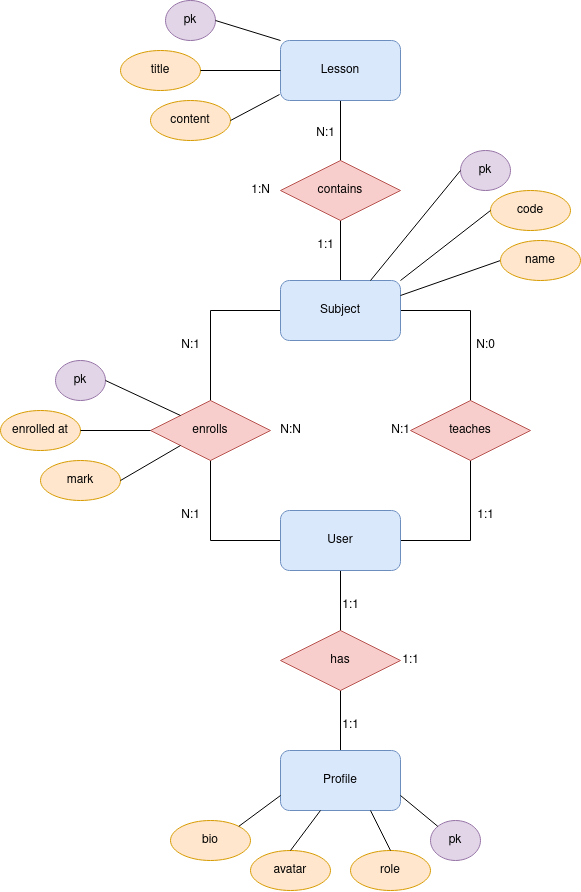
Chugani05-JesusLugo2002/LuminoDocs keeps this draw.io diagram as ER-model.drawio.png. Above is the earlier version. Source tidied: cells renumbered, new cells last; positions are measured from the earlier drawing's top-left corner, leaving out a move shared by most shapes.
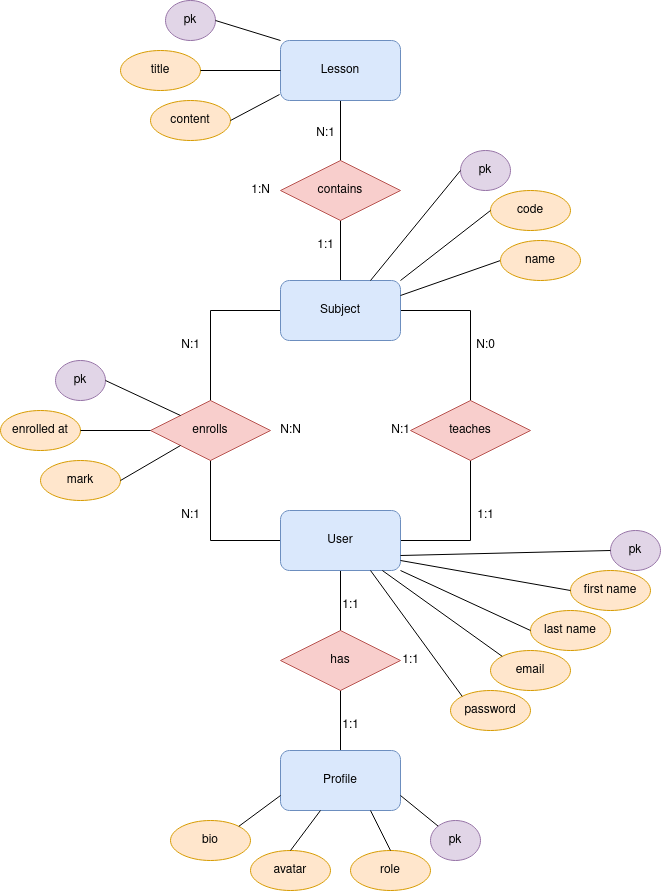
Above is the later version.

The edit, as a diff of the source:
```diff
@@ -162,5 +162,37 @@
     <mxCell id="51" value="1:N" style="text;html=1;align=center;verticalAlign=middle;strokeColor=none;fillColor=none;" parent="1" vertex="1">
       <mxGeometry x="240" y="175" width="40" height="30" as="geometry" />
     </mxCell>
+    <mxCell id="52" value="pk" style="ellipse;whiteSpace=wrap;html=1;fillColor=#e1d5e7;strokeColor=#9673a6;" parent="1" vertex="1">
+      <mxGeometry x="610" y="530" width="50" height="40" as="geometry" />
+    </mxCell>
+    <mxCell id="53" value="first name" style="ellipse;whiteSpace=wrap;html=1;fillColor=#ffe6cc;strokeColor=#d79b00;" parent="1" vertex="1">
+      <mxGeometry x="570" y="570" width="80" height="40" as="geometry" />
+    </mxCell>
+    <mxCell id="54" value="last name" style="ellipse;whiteSpace=wrap;html=1;fillColor=#ffe6cc;strokeColor=#d79b00;" parent="1" vertex="1">
+      <mxGeometry x="530" y="610" width="80" height="40" as="geometry" />
+    </mxCell>
+    <mxCell id="55" value="email" style="ellipse;whiteSpace=wrap;html=1;fillColor=#ffe6cc;strokeColor=#d79b00;" parent="1" vertex="1">
+      <mxGeometry x="490" y="650" width="80" height="40" as="geometry" />
+    </mxCell>
+    <mxCell id="56" style="endArrow=none;html=1;rounded=0;entryX=0;entryY=0;entryDx=0;entryDy=0;" parent="1" edge="1" source="8" target="55">
+      <mxGeometry relative="1" as="geometry" />
+    </mxCell>
+    <mxCell id="57" style="endArrow=none;html=1;rounded=0;exitX=1;exitY=1;exitDx=0;exitDy=0;entryX=0;entryY=0.5;entryDx=0;entryDy=0;" parent="1" edge="1" source="8" target="54">
+      <mxGeometry relative="1" as="geometry" />
+    </mxCell>
+    <mxCell id="58" style="endArrow=none;html=1;rounded=0;entryX=0;entryY=0.5;entryDx=0;entryDy=0;" parent="1" edge="1" target="53">
+      <mxGeometry relative="1" as="geometry">
+        <mxPoint x="400" y="560" as="sourcePoint" />
+      </mxGeometry>
+    </mxCell>
+    <mxCell id="59" style="endArrow=none;html=1;rounded=0;exitX=1;exitY=0.75;exitDx=0;exitDy=0;entryX=0;entryY=0.5;entryDx=0;entryDy=0;" parent="1" edge="1" source="8" target="52">
+      <mxGeometry relative="1" as="geometry" />
+    </mxCell>
+    <mxCell id="60" value="password" style="ellipse;whiteSpace=wrap;html=1;fillColor=#ffe6cc;strokeColor=#d79b00;" parent="1" vertex="1">
+      <mxGeometry x="450" y="690" width="80" height="40" as="geometry" />
+    </mxCell>
+    <mxCell id="61" style="endArrow=none;html=1;rounded=0;exitX=0.75;exitY=1;exitDx=0;exitDy=0;entryX=0;entryY=0;entryDx=0;entryDy=0;" parent="1" edge="1" source="8" target="60">
+      <mxGeometry relative="1" as="geometry" />
+    </mxCell>
   </root>
 </mxGraphModel>
```
